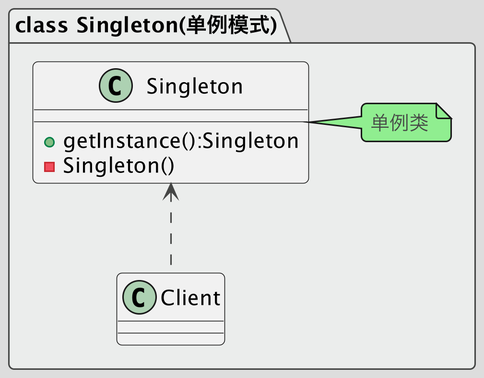
Earlier version of the PlantUML export images/Design_Pattern/单例模式.png (Simulatune/simulatune.github.io).
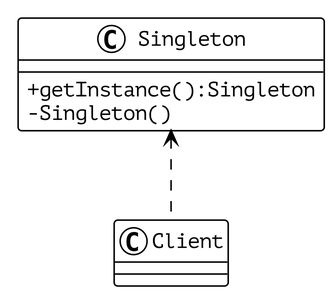
After the change.

What changed in the source:
```diff
@@ -1,16 +1,15 @@
 @startuml
-!theme toy
-skinparam dpi 300
-
-package "class Singleton(单例模式)" #EBEDEC {
+!theme plain
+skinparam dpi 600
+skinparam defaultFontName PT Mono
+skinparam classAttributeIconSize 0
 
     class Singleton
     {
     +getInstance():Singleton
     -Singleton()
     }
-    note right: 单例类
 
     Singleton <.. Client
-}
+
 @enduml
```
